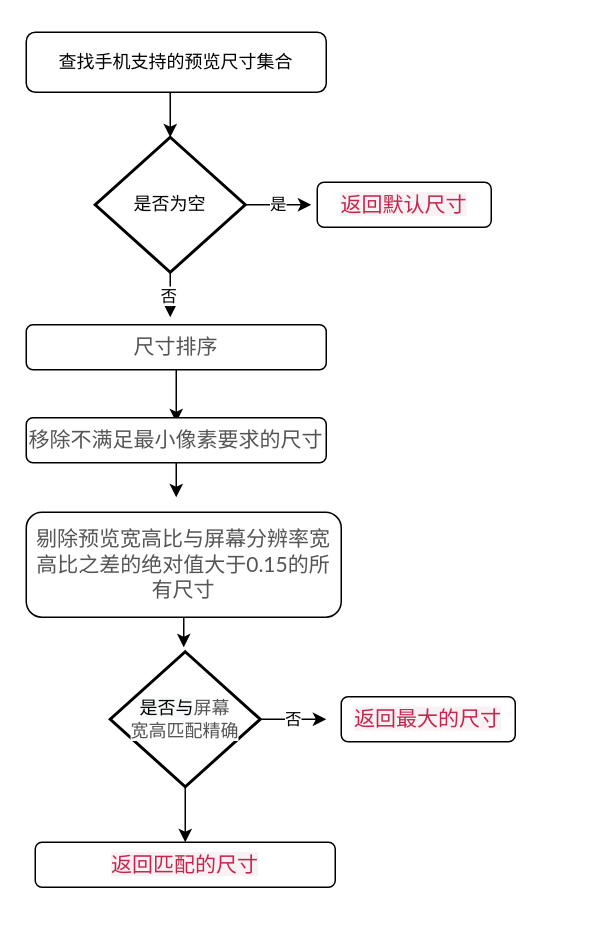
Before: scan_image_match.drawio in 458556778/zp, a draw.io diagram. Source tidied: cells renumbered, new cells numbered last; positions are measured from the earlier drawing's top-left corner, leaving out a move shared by most shapes. Both pictures are drawn from the tidied source at 150%, with x=0, y=0 at pixel (26, 32).
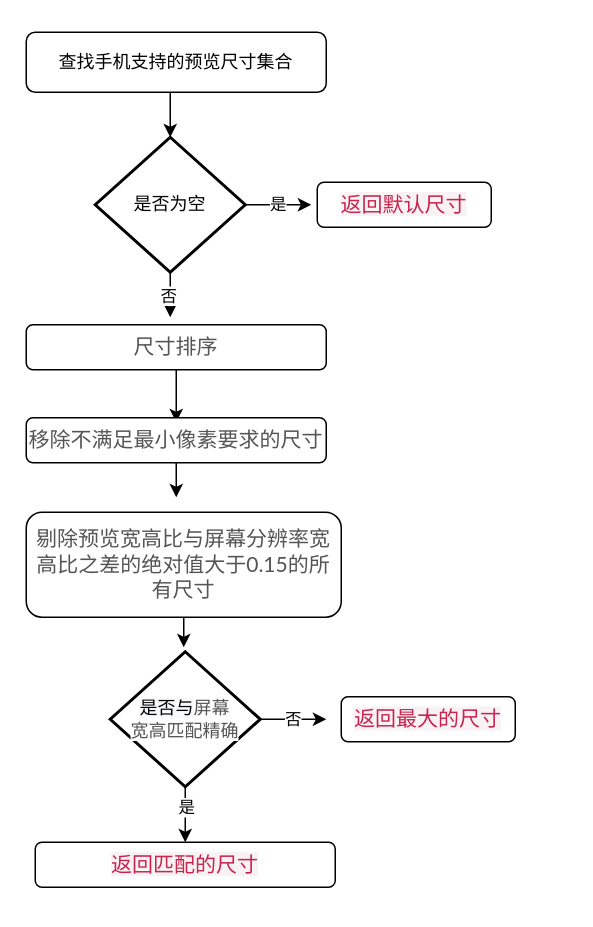
Above is the later version.

The change refers to these unchanged cells:
```xml
<mxCell id="16" style="edgeStyle=orthogonalEdgeStyle;rounded=0;jettySize=auto;html=1;exitX=0.5;exitY=1;exitDx=0;exitDy=0;exitPerimeter=0;" parent="1" edge="1" source="17" target="18">
  <mxGeometry relative="1" as="geometry" />
</mxCell>
```

Diff of the diagram source:
```diff
@@
+    <mxCell id="22" value="是" style="edgeLabel;html=1;align=center;verticalAlign=middle;" parent="16" vertex="1">
+      <mxGeometry x="0.07" y="4" relative="1" as="geometry">
+        <mxPoint x="-4" y="-4" as="offset" />
+      </mxGeometry>
+    </mxCell>
```
